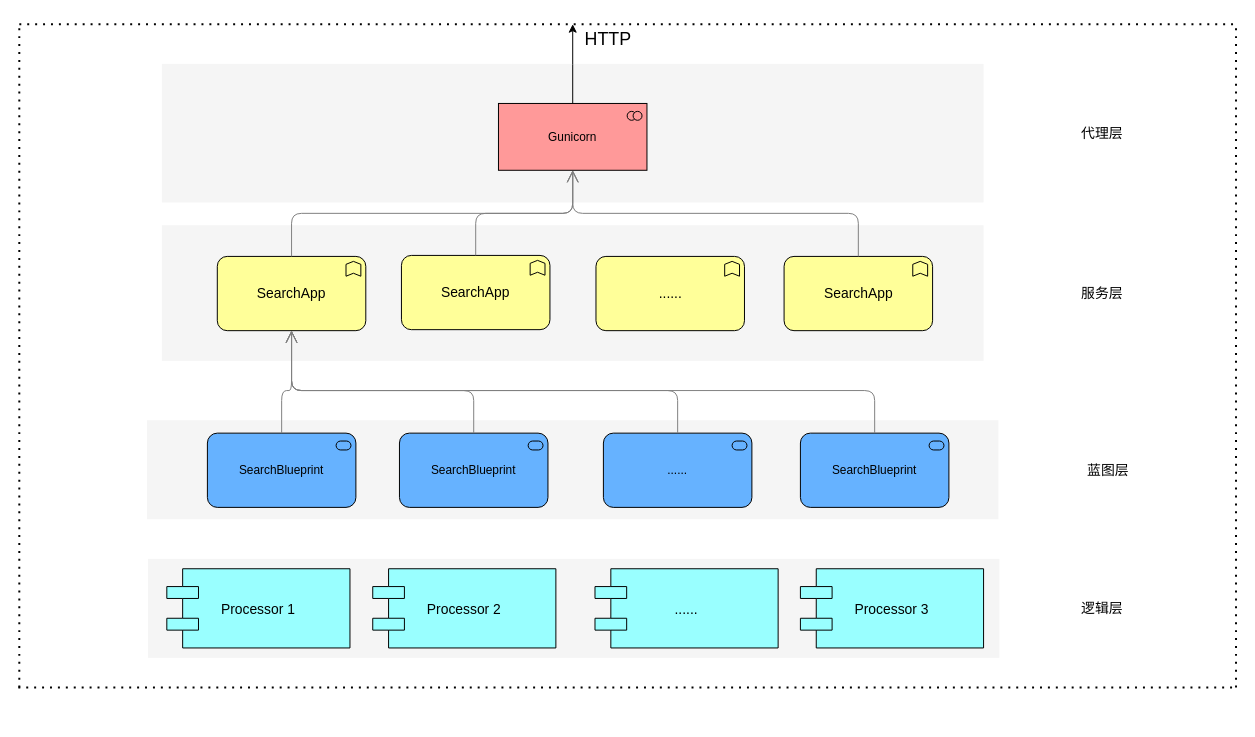
The draw.io diagram engineering/架构设计/Untitled Diagram.drawio in Wanke15/wanke15.github.io, before the edit. Source tidied: cells renumbered, new cells numbered last; positions are measured from the earlier drawing's top-left corner, leaving out a move shared by most shapes. Both pictures are drawn from the tidied source at 99%, with x=0, y=0 at pixel (18, 24).
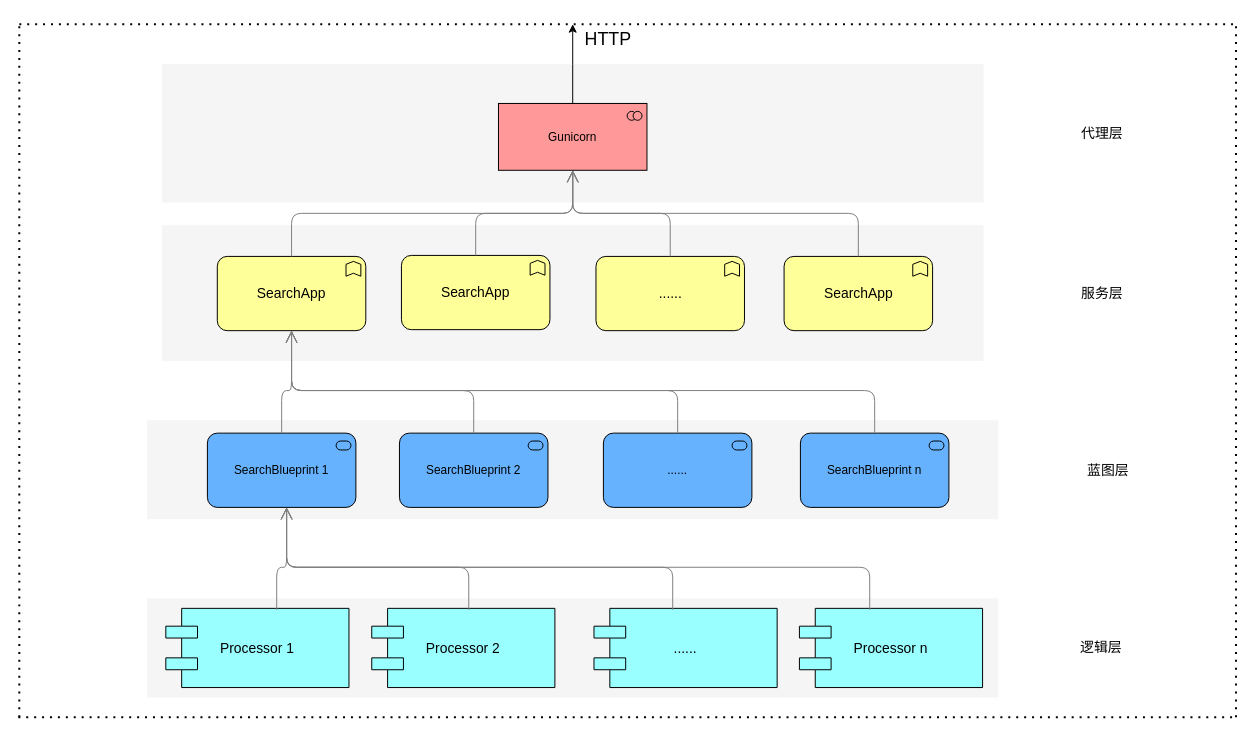
After the change.

Commit message:
HTTP online serving.drawio

The change refers to these unchanged cells:
```xml
<mxCell id="15" value="Gunicorn" style="html=1;outlineConnect=0;whiteSpace=wrap;fillColor=#FF9999;shape=mxgraph.archimate3.application;appType=collab;archiType=square;" parent="1" vertex="1">
  <mxGeometry x="485" y="80" width="150" height="67.5" as="geometry" />
</mxCell>
<mxCell id="27" value="......" style="html=1;whiteSpace=wrap;fillColor=#ffff99;shape=mxgraph.archimate3.application;appType=func;archiType=rounded;fontSize=14;" parent="1" vertex="1">
  <mxGeometry x="583.5" y="234.5" width="150" height="75" as="geometry" />
</mxCell>
```

The edit, as a diff of the source:
```diff
@@
     <mxCell id="2" style="whiteSpace=wrap;html=1;strokeColor=none;strokeWidth=1;fillColor=#f5f5f5;fontSize=14;" parent="1" vertex="1">
-      <mxGeometry x="131" y="540" width="860" height="100" as="geometry" />
+      <mxGeometry x="130" y="580" width="860" height="100" as="geometry" />
     </mxCell>
@@
     <mxCell id="4" value="Processor 1" style="shape=component;align=center;fillColor=#99ffff;gradientColor=none;fontSize=14;" parent="1" vertex="1">
-      <mxGeometry x="150" y="550" width="185" height="80" as="geometry" />
+      <mxGeometry x="149" y="590" width="185" height="80" as="geometry" />
     </mxCell>
     <mxCell id="5" value="Processor 2" style="shape=component;align=center;fillColor=#99ffff;gradientColor=none;fontSize=14;" parent="1" vertex="1">
-      <mxGeometry x="358" y="550" width="185" height="80" as="geometry" />
+      <mxGeometry x="357" y="590" width="185" height="80" as="geometry" />
     </mxCell>
     <mxCell id="6" value="......" style="shape=component;align=center;fillColor=#99ffff;gradientColor=none;fontSize=14;" parent="1" vertex="1">
-      <mxGeometry x="582.5" y="550" width="185" height="80" as="geometry" />
+      <mxGeometry x="581.5" y="590" width="185" height="80" as="geometry" />
     </mxCell>
-    <mxCell id="7" value="Processor 3" style="shape=component;align=center;fillColor=#99ffff;gradientColor=none;fontSize=14;" parent="1" vertex="1">
-      <mxGeometry x="790" y="550" width="185" height="80" as="geometry" />
+    <mxCell id="7" value="Processor n" style="shape=component;align=center;fillColor=#99ffff;gradientColor=none;fontSize=14;" parent="1" vertex="1">
+      <mxGeometry x="789" y="590" width="185" height="80" as="geometry" />
     </mxCell>
@@
     <mxCell id="9" value="逻辑层" style="text;html=1;strokeColor=none;fillColor=none;align=center;verticalAlign=middle;whiteSpace=wrap;fontSize=14;" parent="1" vertex="1">
-      <mxGeometry x="975" y="580" width="240" height="20" as="geometry" />
+      <mxGeometry x="974" y="620" width="240" height="20" as="geometry" />
     </mxCell>
@@
     <mxCell id="20" style="endArrow=none;dashed=1;html=1;dashPattern=1 3;strokeWidth=2;" parent="1" edge="1">
       <mxGeometry relative="1" as="geometry">
-        <mxPoint x="1" y="670" as="sourcePoint" />
+        <mxPoint x="1" y="700" as="sourcePoint" />
         <mxPoint x="1" as="targetPoint" />
       </mxGeometry>
     </mxCell>
     <mxCell id="21" style="endArrow=none;dashed=1;html=1;dashPattern=1 3;strokeWidth=2;" parent="1" edge="1">
       <mxGeometry relative="1" as="geometry">
-        <mxPoint x="1230" y="670" as="sourcePoint" />
+        <mxPoint x="1230" y="700" as="sourcePoint" />
         <mxPoint x="1230" y="0.5" as="targetPoint" />
       </mxGeometry>
     </mxCell>
@@
     <mxCell id="23" style="endArrow=none;dashed=1;html=1;dashPattern=1 3;strokeWidth=2;" parent="1" edge="1">
       <mxGeometry relative="1" as="geometry">
-        <mxPoint y="670" as="sourcePoint" />
-        <mxPoint x="1230" y="670" as="targetPoint" />
+        <mxPoint y="700" as="sourcePoint" />
+        <mxPoint x="1230" y="700" as="targetPoint" />
       </mxGeometry>
     </mxCell>
@@
-    <mxCell id="26" value="SearchBlueprint" style="html=1;outlineConnect=0;whiteSpace=wrap;fillColor=#66B2FF;shape=mxgraph.archimate3.application;appType=serv;archiType=rounded;" parent="1" vertex="1">
+    <mxCell id="26" value="SearchBlueprint 1" style="html=1;outlineConnect=0;whiteSpace=wrap;fillColor=#66B2FF;shape=mxgraph.archimate3.application;appType=serv;archiType=rounded;" parent="1" vertex="1">
       <mxGeometry x="191" y="413" width="150" height="75" as="geometry" />
     </mxCell>
@@
-    <mxCell id="28" value="SearchBlueprint" style="html=1;outlineConnect=0;whiteSpace=wrap;fillColor=#66B2FF;shape=mxgraph.archimate3.application;appType=serv;archiType=rounded;" parent="1" vertex="1">
+    <mxCell id="28" value="SearchBlueprint 2" style="html=1;outlineConnect=0;whiteSpace=wrap;fillColor=#66B2FF;shape=mxgraph.archimate3.application;appType=serv;archiType=rounded;" parent="1" vertex="1">
       <mxGeometry x="385" y="413" width="150" height="75" as="geometry" />
     </mxCell>
@@
-    <mxCell id="30" value="SearchBlueprint" style="html=1;outlineConnect=0;whiteSpace=wrap;fillColor=#66B2FF;shape=mxgraph.archimate3.application;appType=serv;archiType=rounded;" parent="1" vertex="1">
+    <mxCell id="30" value="SearchBlueprint n" style="html=1;outlineConnect=0;whiteSpace=wrap;fillColor=#66B2FF;shape=mxgraph.archimate3.application;appType=serv;archiType=rounded;" parent="1" vertex="1">
       <mxGeometry x="790" y="413" width="150" height="75" as="geometry" />
     </mxCell>
@@
+    <mxCell id="36" style="edgeStyle=elbowEdgeStyle;rounded=1;elbow=vertical;html=1;startSize=10;endArrow=open;endFill=0;endSize=10;jettySize=auto;orthogonalLoop=1;strokeColor=#808080;fontSize=14;exitX=0.5;exitY=0;exitDx=0;exitDy=0;exitPerimeter=0;entryX=0.5;entryY=1;entryDx=0;entryDy=0;entryPerimeter=0;" parent="1" edge="1">
+      <mxGeometry relative="1" as="geometry">
+        <mxPoint x="455" y="591.5" as="sourcePoint" />
+        <mxPoint x="271" y="488" as="targetPoint" />
+        <Array as="points">
+          <mxPoint x="416" y="548.5" />
+          <mxPoint x="315" y="538.5" />
+        </Array>
+      </mxGeometry>
+    </mxCell>
+    <mxCell id="37" style="edgeStyle=elbowEdgeStyle;rounded=1;elbow=vertical;html=1;startSize=10;endArrow=open;endFill=0;endSize=10;jettySize=auto;orthogonalLoop=1;strokeColor=#808080;fontSize=14;exitX=0.5;exitY=0;exitDx=0;exitDy=0;exitPerimeter=0;entryX=0.5;entryY=1;entryDx=0;entryDy=0;entryPerimeter=0;" parent="1" edge="1">
+      <mxGeometry relative="1" as="geometry">
+        <mxPoint x="261" y="591.5" as="sourcePoint" />
+        <mxPoint x="271" y="488" as="targetPoint" />
+        <Array as="points">
+          <mxPoint x="325" y="548.5" />
+        </Array>
+      </mxGeometry>
+    </mxCell>
+    <mxCell id="38" style="edgeStyle=elbowEdgeStyle;rounded=1;elbow=vertical;html=1;startSize=10;endArrow=open;endFill=0;endSize=10;jettySize=auto;orthogonalLoop=1;strokeColor=#808080;fontSize=14;exitX=0.5;exitY=0;exitDx=0;exitDy=0;exitPerimeter=0;entryX=0.5;entryY=1;entryDx=0;entryDy=0;entryPerimeter=0;" parent="1" edge="1">
+      <mxGeometry relative="1" as="geometry">
+        <mxPoint x="661" y="591.5" as="sourcePoint" />
+        <mxPoint x="271" y="488" as="targetPoint" />
+        <Array as="points">
+          <mxPoint x="496" y="548.5" />
+          <mxPoint x="426" y="558.5" />
+          <mxPoint x="325" y="548.5" />
+        </Array>
+      </mxGeometry>
+    </mxCell>
+    <mxCell id="39" style="edgeStyle=elbowEdgeStyle;rounded=1;elbow=vertical;html=1;startSize=10;endArrow=open;endFill=0;endSize=10;jettySize=auto;orthogonalLoop=1;strokeColor=#808080;fontSize=14;exitX=0.5;exitY=0;exitDx=0;exitDy=0;exitPerimeter=0;entryX=0.5;entryY=1;entryDx=0;entryDy=0;entryPerimeter=0;" parent="1" edge="1">
+      <mxGeometry relative="1" as="geometry">
+        <mxPoint x="860" y="591.5" as="sourcePoint" />
+        <mxPoint x="271" y="488" as="targetPoint" />
+        <Array as="points">
+          <mxPoint x="476" y="548.5" />
+          <mxPoint x="506" y="558.5" />
+          <mxPoint x="436" y="568.5" />
+          <mxPoint x="335" y="558.5" />
+        </Array>
+      </mxGeometry>
+    </mxCell>
+    <mxCell id="40" style="edgeStyle=elbowEdgeStyle;rounded=1;elbow=vertical;html=1;startSize=10;endArrow=open;endFill=0;endSize=10;jettySize=auto;strokeColor=#808080;fontSize=14;" parent="1" edge="1" source="27" target="15">
+      <mxGeometry relative="1" as="geometry" />
+    </mxCell>
```
